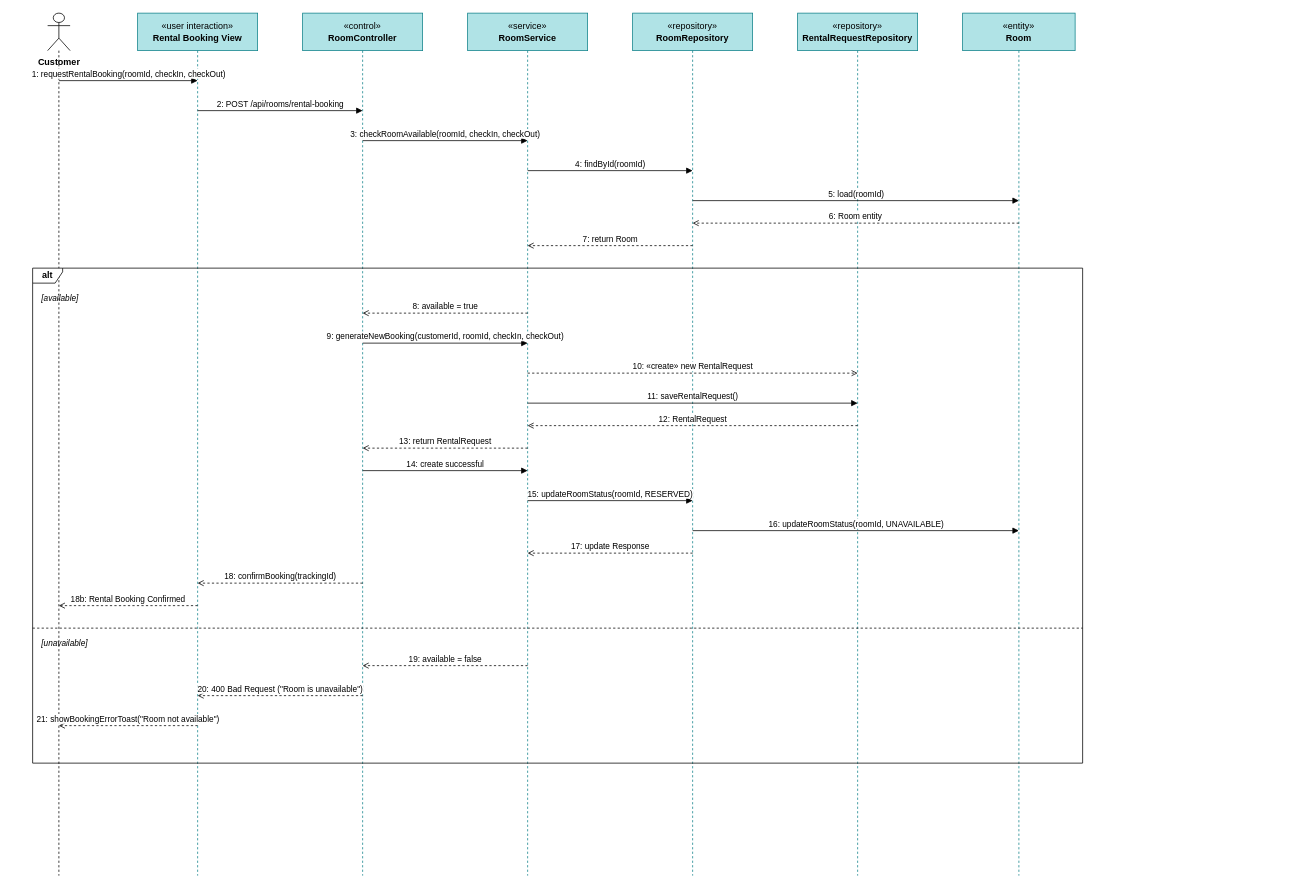
WanFJava/MotalManagementSystems keeps this draw.io diagram as docs/diagrams/UC-M03_Request_Rental_SequenceDiagram.drawio. Above is the earlier version. Source tidied: cells renumbered, new cells numbered last; positions are measured from the earlier drawing's top-left corner, leaving out a move shared by most shapes. Both pictures are drawn from the tidied source at 75%, with x=0, y=0 at pixel (32, 13).
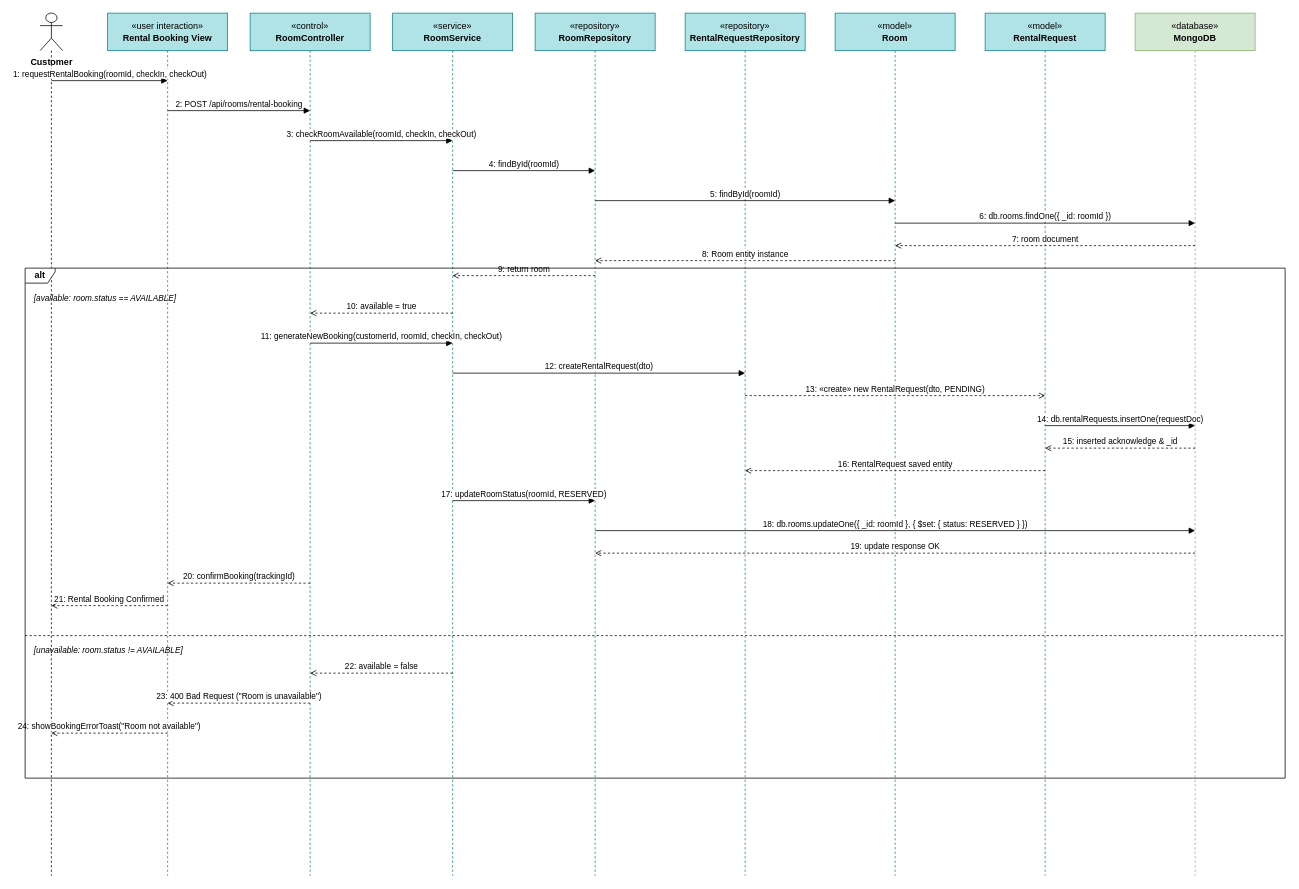
After the change.

What changed in the source:
```diff
@@
     <mxCell id="2" value="Customer" style="shape=umlLifeline;participant=umlActor;perimeter=lifelinePerimeter;whiteSpace=nowrap;html=1;verticalAlign=top;spacingTop=52;size=50;fontStyle=1;" parent="1" vertex="1">
-      <mxGeometry x="20" width="30" height="1150" as="geometry" />
+      <mxGeometry x="10" width="30" height="1150" as="geometry" />
     </mxCell>
     <mxCell id="3" value="&amp;laquo;user interaction&amp;raquo;&lt;br&gt;&lt;b&gt;Rental Booking View&lt;/b&gt;" style="shape=umlLifeline;perimeter=lifelinePerimeter;whiteSpace=wrap;html=1;size=50;fillColor=#b0e3e6;strokeColor=#0e8088;" parent="1" vertex="1">
-      <mxGeometry x="140" width="160" height="1150" as="geometry" />
+      <mxGeometry x="100" width="160" height="1150" as="geometry" />
     </mxCell>
     <mxCell id="4" value="&amp;laquo;control&amp;raquo;&lt;br&gt;&lt;b&gt;RoomController&lt;/b&gt;" style="shape=umlLifeline;perimeter=lifelinePerimeter;whiteSpace=wrap;html=1;size=50;fillColor=#b0e3e6;strokeColor=#0e8088;" parent="1" vertex="1">
-      <mxGeometry x="360" width="160" height="1150" as="geometry" />
+      <mxGeometry x="290" width="160" height="1150" as="geometry" />
     </mxCell>
     <mxCell id="5" value="&amp;laquo;service&amp;raquo;&lt;br&gt;&lt;b&gt;RoomService&lt;/b&gt;" style="shape=umlLifeline;perimeter=lifelinePerimeter;whiteSpace=wrap;html=1;size=50;fillColor=#b0e3e6;strokeColor=#0e8088;" parent="1" vertex="1">
-      <mxGeometry x="580" width="160" height="1150" as="geometry" />
+      <mxGeometry x="480" width="160" height="1150" as="geometry" />
     </mxCell>
     <mxCell id="6" value="&amp;laquo;repository&amp;raquo;&lt;br&gt;&lt;b&gt;RoomRepository&lt;/b&gt;" style="shape=umlLifeline;perimeter=lifelinePerimeter;whiteSpace=wrap;html=1;size=50;fillColor=#b0e3e6;strokeColor=#0e8088;" parent="1" vertex="1">
-      <mxGeometry x="800" width="160" height="1150" as="geometry" />
+      <mxGeometry x="670" width="160" height="1150" as="geometry" />
     </mxCell>
     <mxCell id="7" value="&amp;laquo;repository&amp;raquo;&lt;br&gt;&lt;b&gt;RentalRequestRepository&lt;/b&gt;" style="shape=umlLifeline;perimeter=lifelinePerimeter;whiteSpace=wrap;html=1;size=50;fillColor=#b0e3e6;strokeColor=#0e8088;" parent="1" vertex="1">
-      <mxGeometry x="1020" width="160" height="1150" as="geometry" />
+      <mxGeometry x="870" width="160" height="1150" as="geometry" />
     </mxCell>
-    <mxCell id="8" value="&amp;laquo;entity&amp;raquo;&lt;br&gt;&lt;b&gt;Room&lt;/b&gt;" style="shape=umlLifeline;perimeter=lifelinePerimeter;whiteSpace=wrap;html=1;size=50;fillColor=#b0e3e6;strokeColor=#0e8088;" parent="1" vertex="1">
-      <mxGeometry x="1240" width="150" height="1150" as="geometry" />
-    </mxCell>
+    <mxCell id="35" value="&amp;laquo;model&amp;raquo;&lt;br&gt;&lt;b&gt;Room&lt;/b&gt;" style="shape=umlLifeline;perimeter=lifelinePerimeter;whiteSpace=wrap;html=1;size=50;fillColor=#b0e3e6;strokeColor=#0e8088;" parent="1" vertex="1">
+      <mxGeometry x="1070" width="160" height="1150" as="geometry" />
+    </mxCell>
+    <mxCell id="36" value="&amp;laquo;model&amp;raquo;&lt;br&gt;&lt;b&gt;RentalRequest&lt;/b&gt;" style="shape=umlLifeline;perimeter=lifelinePerimeter;whiteSpace=wrap;html=1;size=50;fillColor=#b0e3e6;strokeColor=#0e8088;" parent="1" vertex="1">
+      <mxGeometry x="1270" width="160" height="1150" as="geometry" />
+    </mxCell>
+    <mxCell id="37" value="&amp;laquo;database&amp;raquo;&lt;br&gt;&lt;b&gt;MongoDB&lt;/b&gt;" style="shape=umlLifeline;perimeter=lifelinePerimeter;whiteSpace=wrap;html=1;size=50;fillColor=#d5e8d4;strokeColor=#82b366;" parent="1" vertex="1">
+      <mxGeometry x="1470" width="160" height="1150" as="geometry" />
+    </mxCell>
     <mxCell id="9" value="1: requestRentalBooking(roomId, checkIn, checkOut)" style="endArrow=block;endFill=1;html=1;rounded=0;exitX=0.5;exitY=0;entryX=0.5;entryY=0;fontSize=11;verticalAlign=bottom;" parent="1" edge="1">
       <mxGeometry relative="1" as="geometry">
-        <mxPoint x="35" y="90" as="sourcePoint" />
-        <mxPoint x="220" y="90" as="targetPoint" />
+        <mxPoint x="25" y="90" as="sourcePoint" />
+        <mxPoint x="180" y="90" as="targetPoint" />
       </mxGeometry>
     </mxCell>
     <mxCell id="10" value="2: POST /api/rooms/rental-booking" style="endArrow=block;endFill=1;html=1;rounded=0;exitX=0.5;exitY=0;entryX=0.5;entryY=0;fontSize=11;verticalAlign=bottom;" parent="1" edge="1">
       <mxGeometry relative="1" as="geometry">
-        <mxPoint x="220" y="130" as="sourcePoint" />
-        <mxPoint x="440" y="130" as="targetPoint" />
+        <mxPoint x="180" y="130" as="sourcePoint" />
+        <mxPoint x="370" y="130" as="targetPoint" />
       </mxGeometry>
     </mxCell>
     <mxCell id="11" value="3: checkRoomAvailable(roomId, checkIn, checkOut)" style="endArrow=block;endFill=1;html=1;rounded=0;exitX=0.5;exitY=0;entryX=0.5;entryY=0;fontSize=11;verticalAlign=bottom;" parent="1" edge="1">
       <mxGeometry relative="1" as="geometry">
-        <mxPoint x="440" y="170" as="sourcePoint" />
-        <mxPoint x="660" y="170" as="targetPoint" />
+        <mxPoint x="370" y="170" as="sourcePoint" />
+        <mxPoint x="560" y="170" as="targetPoint" />
       </mxGeometry>
     </mxCell>
     <mxCell id="12" value="4: findById(roomId)" style="endArrow=block;endFill=1;html=1;rounded=0;exitX=0.5;exitY=0;entryX=0.5;entryY=0;fontSize=11;verticalAlign=bottom;" parent="1" edge="1">
       <mxGeometry relative="1" as="geometry">
-        <mxPoint x="660" y="210" as="sourcePoint" />
-        <mxPoint x="880" y="210" as="targetPoint" />
+        <mxPoint x="560" y="210" as="sourcePoint" />
+        <mxPoint x="750" y="210" as="targetPoint" />
       </mxGeometry>
     </mxCell>
-    <mxCell id="13" value="5: load(roomId)" style="endArrow=block;endFill=1;html=1;rounded=0;exitX=0.5;exitY=0;entryX=0.5;entryY=0;fontSize=11;verticalAlign=bottom;" parent="1" edge="1">
+    <mxCell id="13" value="5: findById(roomId)" style="endArrow=block;endFill=1;html=1;rounded=0;exitX=0.5;exitY=0;entryX=0.5;entryY=0;fontSize=11;verticalAlign=bottom;" parent="1" edge="1">
       <mxGeometry relative="1" as="geometry">
-        <mxPoint x="880" y="250" as="sourcePoint" />
-        <mxPoint x="1315" y="250" as="targetPoint" />
+        <mxPoint x="750" y="250" as="sourcePoint" />
+        <mxPoint x="1150" y="250" as="targetPoint" />
       </mxGeometry>
     </mxCell>
-    <mxCell id="14" value="6: Room entity" style="endArrow=open;dashed=1;endFill=0;html=1;rounded=0;exitX=0.5;exitY=0;entryX=0.5;entryY=0;fontSize=11;verticalAlign=bottom;" parent="1" edge="1">
+    <mxCell id="14" value="6: db.rooms.findOne({ _id: roomId })" style="endArrow=block;endFill=1;html=1;rounded=0;exitX=0.5;exitY=0;entryX=0.5;entryY=0;fontSize=11;verticalAlign=bottom;" parent="1" edge="1">
       <mxGeometry relative="1" as="geometry">
-        <mxPoint x="1315" y="280" as="sourcePoint" />
-        <mxPoint x="880" y="280" as="targetPoint" />
+        <mxPoint x="1150" y="280" as="sourcePoint" />
+        <mxPoint x="1550" y="280" as="targetPoint" />
       </mxGeometry>
     </mxCell>
-    <mxCell id="15" value="7: return Room" style="endArrow=open;dashed=1;endFill=0;html=1;rounded=0;exitX=0.5;exitY=0;entryX=0.5;entryY=0;fontSize=11;verticalAlign=bottom;" parent="1" edge="1">
+    <mxCell id="15" value="7: room document" style="endArrow=open;dashed=1;endFill=0;html=1;rounded=0;exitX=0.5;exitY=0;entryX=0.5;entryY=0;fontSize=11;verticalAlign=bottom;" parent="1" edge="1">
       <mxGeometry relative="1" as="geometry">
-        <mxPoint x="880" y="310" as="sourcePoint" />
-        <mxPoint x="660" y="310" as="targetPoint" />
+        <mxPoint x="1550" y="310" as="sourcePoint" />
+        <mxPoint x="1150" y="310" as="targetPoint" />
       </mxGeometry>
     </mxCell>
-    <mxCell id="16" value="8: available = true" style="endArrow=open;dashed=1;endFill=0;html=1;rounded=0;exitX=0.5;exitY=0;entryX=0.5;entryY=0;fontSize=11;verticalAlign=bottom;" parent="1" edge="1">
+    <mxCell id="16" value="8: Room entity instance" style="endArrow=open;dashed=1;endFill=0;html=1;rounded=0;exitX=0.5;exitY=0;entryX=0.5;entryY=0;fontSize=11;verticalAlign=bottom;" parent="1" edge="1">
       <mxGeometry relative="1" as="geometry">
-        <mxPoint x="660" y="400" as="sourcePoint" />
-        <mxPoint x="440" y="400" as="targetPoint" />
+        <mxPoint x="1150" y="330" as="sourcePoint" />
+        <mxPoint x="750" y="330" as="targetPoint" />
       </mxGeometry>
     </mxCell>
-    <mxCell id="17" value="9: generateNewBooking(customerId, roomId, checkIn, checkOut)" style="endArrow=block;endFill=1;html=1;rounded=0;exitX=0.5;exitY=0;entryX=0.5;entryY=0;fontSize=11;verticalAlign=bottom;" parent="1" edge="1">
+    <mxCell id="17" value="9: return room" style="endArrow=open;dashed=1;endFill=0;html=1;rounded=0;exitX=0.5;exitY=0;entryX=0.5;entryY=0;fontSize=11;verticalAlign=bottom;" parent="1" edge="1">
       <mxGeometry relative="1" as="geometry">
-        <mxPoint x="440" y="440" as="sourcePoint" />
-        <mxPoint x="660" y="440" as="targetPoint" />
+        <mxPoint x="750" y="350" as="sourcePoint" />
+        <mxPoint x="560" y="350" as="targetPoint" />
       </mxGeometry>
     </mxCell>
-    <mxCell id="18" value="10: «create» new RentalRequest" style="endArrow=open;dashed=1;endFill=0;html=1;rounded=0;exitX=0.5;exitY=0;entryX=0.5;entryY=0;fontSize=11;verticalAlign=bottom;" parent="1" edge="1">
+    <mxCell id="18" value="10: available = true" style="endArrow=open;dashed=1;endFill=0;html=1;rounded=0;exitX=0.5;exitY=0;entryX=0.5;entryY=0;fontSize=11;verticalAlign=bottom;" parent="1" edge="1">
       <mxGeometry relative="1" as="geometry">
-        <mxPoint x="660" y="480" as="sourcePoint" />
-        <mxPoint x="1100" y="480" as="targetPoint" />
+        <mxPoint x="560" y="400" as="sourcePoint" />
+        <mxPoint x="370" y="400" as="targetPoint" />
       </mxGeometry>
     </mxCell>
-    <mxCell id="19" value="11: saveRentalRequest()" style="endArrow=block;endFill=1;html=1;rounded=0;exitX=0.5;exitY=0;entryX=0.5;entryY=0;fontSize=11;verticalAlign=bottom;" parent="1" edge="1">
+    <mxCell id="19" value="11: generateNewBooking(customerId, roomId, checkIn, checkOut)" style="endArrow=block;endFill=1;html=1;rounded=0;exitX=0.5;exitY=0;entryX=0.5;entryY=0;fontSize=11;verticalAlign=bottom;" parent="1" edge="1">
       <mxGeometry relative="1" as="geometry">
-        <mxPoint x="660" y="520" as="sourcePoint" />
-        <mxPoint x="1100" y="520" as="targetPoint" />
+        <mxPoint x="370" y="440" as="sourcePoint" />
+        <mxPoint x="560" y="440" as="targetPoint" />
       </mxGeometry>
     </mxCell>
-    <mxCell id="20" value="12: RentalRequest" style="endArrow=open;dashed=1;endFill=0;html=1;rounded=0;exitX=0.5;exitY=0;entryX=0.5;entryY=0;fontSize=11;verticalAlign=bottom;" parent="1" edge="1">
+    <mxCell id="20" value="12: createRentalRequest(dto)" style="endArrow=block;endFill=1;html=1;rounded=0;exitX=0.5;exitY=0;entryX=0.5;entryY=0;fontSize=11;verticalAlign=bottom;" parent="1" edge="1">
       <mxGeometry relative="1" as="geometry">
-        <mxPoint x="1100" y="550" as="sourcePoint" />
-        <mxPoint x="660" y="550" as="targetPoint" />
+        <mxPoint x="560" y="480" as="sourcePoint" />
+        <mxPoint x="950" y="480" as="targetPoint" />
       </mxGeometry>
     </mxCell>
-    <mxCell id="21" value="13: return RentalRequest" style="endArrow=open;dashed=1;endFill=0;html=1;rounded=0;exitX=0.5;exitY=0;entryX=0.5;entryY=0;fontSize=11;verticalAlign=bottom;" parent="1" edge="1">
+    <mxCell id="21" value="13: «create» new RentalRequest(dto, PENDING)" style="endArrow=open;dashed=1;endFill=0;html=1;rounded=0;exitX=0.5;exitY=0;entryX=0.5;entryY=0;fontSize=11;verticalAlign=bottom;" parent="1" edge="1">
       <mxGeometry relative="1" as="geometry">
-        <mxPoint x="660" y="580" as="sourcePoint" />
-        <mxPoint x="440" y="580" as="targetPoint" />
+        <mxPoint x="950" y="510" as="sourcePoint" />
+        <mxPoint x="1350" y="510" as="targetPoint" />
       </mxGeometry>
     </mxCell>
-    <mxCell id="22" value="14: create successful" style="endArrow=block;endFill=1;html=1;rounded=0;exitX=0.5;exitY=0;entryX=0.5;entryY=0;fontSize=11;verticalAlign=bottom;" parent="1" edge="1">
+    <mxCell id="22" value="14: db.rentalRequests.insertOne(requestDoc)" style="endArrow=block;endFill=1;html=1;rounded=0;exitX=0.5;exitY=0;entryX=0.5;entryY=0;fontSize=11;verticalAlign=bottom;" parent="1" edge="1">
       <mxGeometry relative="1" as="geometry">
-        <mxPoint x="440" y="610" as="sourcePoint" />
-        <mxPoint x="660" y="610" as="targetPoint" />
+        <mxPoint x="1350" y="550" as="sourcePoint" />
+        <mxPoint x="1550" y="550" as="targetPoint" />
       </mxGeometry>
     </mxCell>
-    <mxCell id="23" value="15: updateRoomStatus(roomId, RESERVED)" style="endArrow=block;endFill=1;html=1;rounded=0;exitX=0.5;exitY=0;entryX=0.5;entryY=0;fontSize=11;verticalAlign=bottom;" parent="1" edge="1">
+    <mxCell id="23" value="15: inserted acknowledge &amp; _id" style="endArrow=open;dashed=1;endFill=0;html=1;rounded=0;exitX=0.5;exitY=0;entryX=0.5;entryY=0;fontSize=11;verticalAlign=bottom;" parent="1" edge="1">
       <mxGeometry relative="1" as="geometry">
-        <mxPoint x="660" y="650" as="sourcePoint" />
-        <mxPoint x="880" y="650" as="targetPoint" />
+        <mxPoint x="1550" y="580" as="sourcePoint" />
+        <mxPoint x="1350" y="580" as="targetPoint" />
       </mxGeometry>
     </mxCell>
-    <mxCell id="24" value="16: updateRoomStatus(roomId, UNAVAILABLE)" style="endArrow=block;endFill=1;html=1;rounded=0;exitX=0.5;exitY=0;entryX=0.5;entryY=0;fontSize=11;verticalAlign=bottom;" parent="1" edge="1">
+    <mxCell id="24" value="16: RentalRequest saved entity" style="endArrow=open;dashed=1;endFill=0;html=1;rounded=0;exitX=0.5;exitY=0;entryX=0.5;entryY=0;fontSize=11;verticalAlign=bottom;" parent="1" edge="1">
       <mxGeometry relative="1" as="geometry">
-        <mxPoint x="880" y="690" as="sourcePoint" />
-        <mxPoint x="1315" y="690" as="targetPoint" />
+        <mxPoint x="1350" y="610" as="sourcePoint" />
+        <mxPoint x="950" y="610" as="targetPoint" />
       </mxGeometry>
     </mxCell>
-    <mxCell id="25" value="17: update Response" style="endArrow=open;dashed=1;endFill=0;html=1;rounded=0;exitX=0.5;exitY=0;entryX=0.5;entryY=0;fontSize=11;verticalAlign=bottom;" parent="1" edge="1">
+    <mxCell id="25" value="17: updateRoomStatus(roomId, RESERVED)" style="endArrow=block;endFill=1;html=1;rounded=0;exitX=0.5;exitY=0;entryX=0.5;entryY=0;fontSize=11;verticalAlign=bottom;" parent="1" edge="1">
       <mxGeometry relative="1" as="geometry">
-        <mxPoint x="880" y="720" as="sourcePoint" />
-        <mxPoint x="660" y="720" as="targetPoint" />
+        <mxPoint x="560" y="650" as="sourcePoint" />
+        <mxPoint x="750" y="650" as="targetPoint" />
       </mxGeometry>
     </mxCell>
-    <mxCell id="26" value="18: confirmBooking(trackingId)" style="endArrow=open;dashed=1;endFill=0;html=1;rounded=0;exitX=0.5;exitY=0;entryX=0.5;entryY=0;fontSize=11;verticalAlign=bottom;" parent="1" edge="1">
+    <mxCell id="26" value="18: db.rooms.updateOne({ _id: roomId }, { $set: { status: RESERVED } })" style="endArrow=block;endFill=1;html=1;rounded=0;exitX=0.5;exitY=0;entryX=0.5;entryY=0;fontSize=11;verticalAlign=bottom;" parent="1" edge="1">
       <mxGeometry relative="1" as="geometry">
-        <mxPoint x="440" y="760" as="sourcePoint" />
-        <mxPoint x="220" y="760" as="targetPoint" />
+        <mxPoint x="750" y="690" as="sourcePoint" />
+        <mxPoint x="1550" y="690" as="targetPoint" />
       </mxGeometry>
     </mxCell>
-    <mxCell id="27" value="18b: Rental Booking Confirmed" style="endArrow=open;dashed=1;endFill=0;html=1;rounded=0;exitX=0.5;exitY=0;entryX=0.5;entryY=0;fontSize=11;verticalAlign=bottom;" parent="1" edge="1">
+    <mxCell id="27" value="19: update response OK" style="endArrow=open;dashed=1;endFill=0;html=1;rounded=0;exitX=0.5;exitY=0;entryX=0.5;entryY=0;fontSize=11;verticalAlign=bottom;" parent="1" edge="1">
       <mxGeometry relative="1" as="geometry">
-        <mxPoint x="220" y="790" as="sourcePoint" />
-        <mxPoint x="35" y="790" as="targetPoint" />
+        <mxPoint x="1550" y="720" as="sourcePoint" />
+        <mxPoint x="750" y="720" as="targetPoint" />
       </mxGeometry>
     </mxCell>
-    <mxCell id="28" value="19: available = false" style="endArrow=open;dashed=1;endFill=0;html=1;rounded=0;exitX=0.5;exitY=0;entryX=0.5;entryY=0;fontSize=11;verticalAlign=bottom;" parent="1" edge="1">
+    <mxCell id="28" value="20: confirmBooking(trackingId)" style="endArrow=open;dashed=1;endFill=0;html=1;rounded=0;exitX=0.5;exitY=0;entryX=0.5;entryY=0;fontSize=11;verticalAlign=bottom;" parent="1" edge="1">
       <mxGeometry relative="1" as="geometry">
-        <mxPoint x="660" y="870" as="sourcePoint" />
-        <mxPoint x="440" y="870" as="targetPoint" />
+        <mxPoint x="370" y="760" as="sourcePoint" />
+        <mxPoint x="180" y="760" as="targetPoint" />
       </mxGeometry>
     </mxCell>
-    <mxCell id="29" value="20: 400 Bad Request (&quot;Room is unavailable&quot;)" style="endArrow=open;dashed=1;endFill=0;html=1;rounded=0;exitX=0.5;exitY=0;entryX=0.5;entryY=0;fontSize=11;verticalAlign=bottom;" parent="1" edge="1">
+    <mxCell id="29" value="21: Rental Booking Confirmed" style="endArrow=open;dashed=1;endFill=0;html=1;rounded=0;exitX=0.5;exitY=0;entryX=0.5;entryY=0;fontSize=11;verticalAlign=bottom;" parent="1" edge="1">
       <mxGeometry relative="1" as="geometry">
-        <mxPoint x="440" y="910" as="sourcePoint" />
-        <mxPoint x="220" y="910" as="targetPoint" />
+        <mxPoint x="180" y="790" as="sourcePoint" />
+        <mxPoint x="25" y="790" as="targetPoint" />
       </mxGeometry>
     </mxCell>
-    <mxCell id="30" value="21: showBookingErrorToast(&quot;Room not available&quot;)" style="endArrow=open;dashed=1;endFill=0;html=1;rounded=0;exitX=0.5;exitY=0;entryX=0.5;entryY=0;fontSize=11;verticalAlign=bottom;" parent="1" edge="1">
+    <mxCell id="30" value="22: available = false" style="endArrow=open;dashed=1;endFill=0;html=1;rounded=0;exitX=0.5;exitY=0;entryX=0.5;entryY=0;fontSize=11;verticalAlign=bottom;" parent="1" edge="1">
       <mxGeometry relative="1" as="geometry">
-        <mxPoint x="220" y="950" as="sourcePoint" />
-        <mxPoint x="35" y="950" as="targetPoint" />
+        <mxPoint x="560" y="880" as="sourcePoint" />
+        <mxPoint x="370" y="880" as="targetPoint" />
       </mxGeometry>
     </mxCell>
+    <mxCell id="38" value="23: 400 Bad Request (&quot;Room is unavailable&quot;)" style="endArrow=open;dashed=1;endFill=0;html=1;rounded=0;exitX=0.5;exitY=0;entryX=0.5;entryY=0;fontSize=11;verticalAlign=bottom;" parent="1" edge="1">
+      <mxGeometry relative="1" as="geometry">
+        <mxPoint x="370" y="920" as="sourcePoint" />
+        <mxPoint x="180" y="920" as="targetPoint" />
+      </mxGeometry>
+    </mxCell>
+    <mxCell id="39" value="24: showBookingErrorToast(&quot;Room not available&quot;)" style="endArrow=open;dashed=1;endFill=0;html=1;rounded=0;exitX=0.5;exitY=0;entryX=0.5;entryY=0;fontSize=11;verticalAlign=bottom;" parent="1" edge="1">
+      <mxGeometry relative="1" as="geometry">
+        <mxPoint x="180" y="960" as="sourcePoint" />
+        <mxPoint x="25" y="960" as="targetPoint" />
+      </mxGeometry>
+    </mxCell>
     <mxCell id="31" value="alt" style="shape=umlFrame;whiteSpace=wrap;html=1;width=40;height=20;fontSize=12;fontStyle=1;" parent="1" vertex="1">
-      <mxGeometry y="340" width="1400" height="660" as="geometry" />
+      <mxGeometry x="-10" y="340" width="1680" height="680" as="geometry" />
     </mxCell>
-    <mxCell id="32" value="[available]" style="text;html=1;strokeColor=none;fillColor=none;align=left;verticalAlign=middle;whiteSpace=wrap;rounded=0;fontSize=11;fontStyle=2;" parent="1" vertex="1">
-      <mxGeometry x="10" y="370" width="150" height="20" as="geometry" />
+    <mxCell id="32" value="[available: room.status == AVAILABLE]" style="text;html=1;strokeColor=none;fillColor=none;align=left;verticalAlign=middle;whiteSpace=wrap;rounded=0;fontSize=11;fontStyle=2;" parent="1" vertex="1">
+      <mxGeometry y="370" width="220" height="20" as="geometry" />
     </mxCell>
     <mxCell id="33" style="endArrow=none;dashed=1;html=1;rounded=0;" parent="1" edge="1">
       <mxGeometry relative="1" as="geometry">
-        <mxPoint y="820" as="sourcePoint" />
-        <mxPoint x="1400" y="820" as="targetPoint" />
+        <mxPoint x="-10" y="830" as="sourcePoint" />
+        <mxPoint x="1670" y="830" as="targetPoint" />
       </mxGeometry>
     </mxCell>
-    <mxCell id="34" value="[unavailable]" style="text;html=1;strokeColor=none;fillColor=none;align=left;verticalAlign=middle;whiteSpace=wrap;rounded=0;fontSize=11;fontStyle=2;" parent="1" vertex="1">
-      <mxGeometry x="10" y="830" width="150" height="20" as="geometry" />
+    <mxCell id="34" value="[unavailable: room.status != AVAILABLE]" style="text;html=1;strokeColor=none;fillColor=none;align=left;verticalAlign=middle;whiteSpace=wrap;rounded=0;fontSize=11;fontStyle=2;" parent="1" vertex="1">
+      <mxGeometry y="840" width="220" height="20" as="geometry" />
     </mxCell>
```
